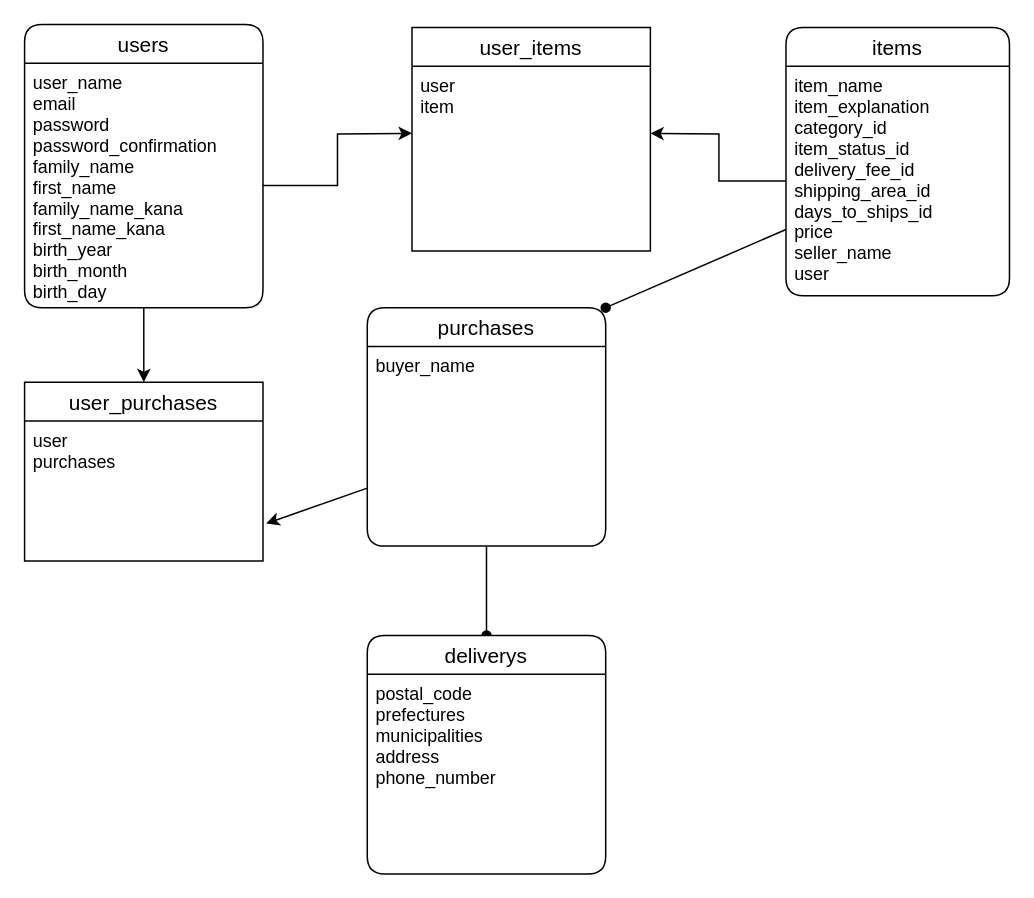
Earlier version of the draw.io diagram test.dio (yamamuro1138/furima-29632). Source tidied: cells renumbered, new cells numbered last; positions are measured from the earlier drawing's top-left corner, leaving out a move shared by most shapes. Both pictures are drawn from the tidied source at 149%, with x=0, y=0 at pixel (24, 24).
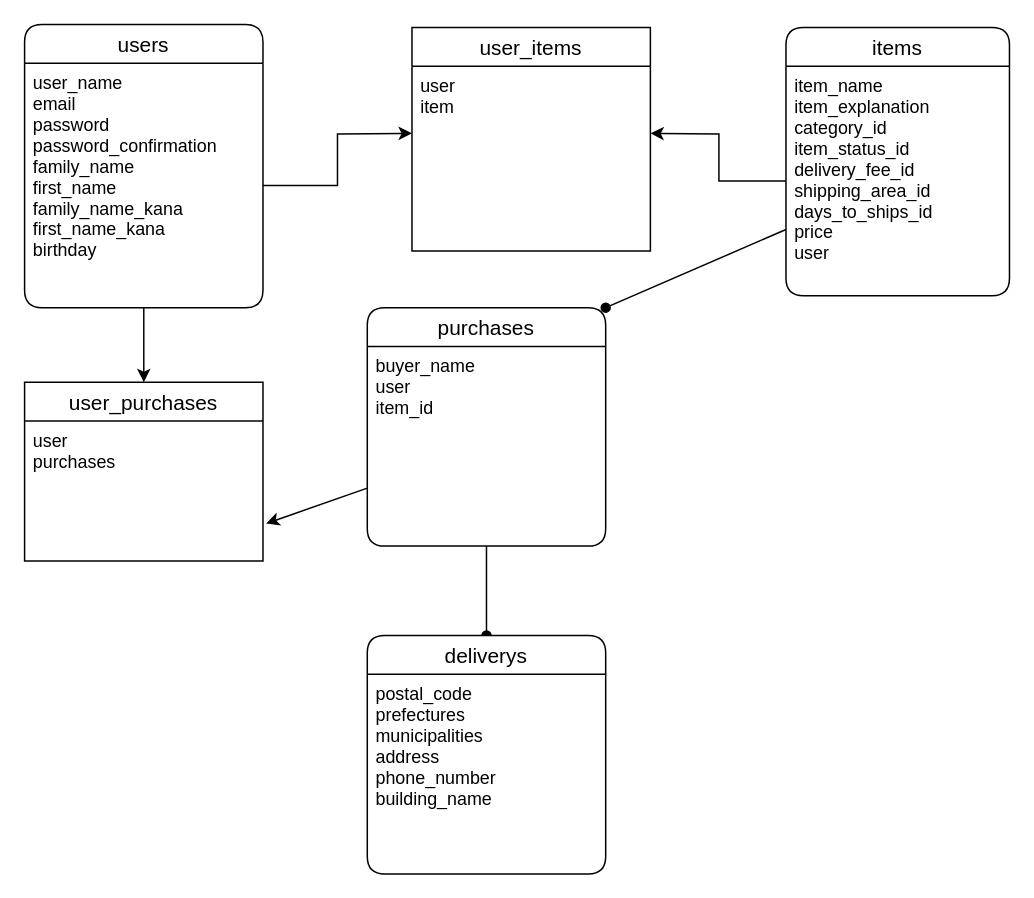
The same page after the edit.

The change refers to these unchanged cells:
```xml
<mxCell id="4" value="users" style="swimlane;fontStyle=0;horizontal=1;startSize=26;align=center;fontSize=14;rounded=1;" parent="1" vertex="1">
  <mxGeometry width="160" height="190" as="geometry" />
</mxCell>
<mxCell id="6" value="items" style="swimlane;fontStyle=0;horizontal=1;startSize=26;align=center;fontSize=14;rounded=1;" parent="1" vertex="1">
  <mxGeometry x="511" y="2" width="150" height="180" as="geometry" />
</mxCell>
<mxCell id="9" value="purchases" style="swimlane;fontStyle=0;horizontal=1;startSize=26;align=center;fontSize=14;rounded=1;" parent="1" vertex="1">
  <mxGeometry x="230" y="190" width="160" height="160" as="geometry" />
</mxCell>
<mxCell id="11" value="deliverys" style="swimlane;fontStyle=0;horizontal=1;startSize=26;align=center;fontSize=14;rounded=1;" parent="1" vertex="1">
  <mxGeometry x="230" y="410" width="160" height="160" as="geometry" />
</mxCell>
```

Change to the diagram source:
```diff
@@
-    <mxCell id="5" value="user_name&#10;email&#10;password&#10;password_confirmation&#10;family_name&#10;first_name&#10;family_name_kana&#10;first_name_kana&#10;birth_year&#10;birth_month&#10;birth_day" style="text;strokeColor=none;fillColor=none;spacingLeft=4;spacingRight=4;overflow=hidden;points=[[0,0.5],[1,0.5]];portConstraint=eastwest;fontSize=12;rounded=1;" parent="4" vertex="1">
+    <mxCell id="5" value="user_name&#10;email&#10;password&#10;password_confirmation&#10;family_name&#10;first_name&#10;family_name_kana&#10;first_name_kana&#10;birthday&#10;" style="text;strokeColor=none;fillColor=none;spacingLeft=4;spacingRight=4;overflow=hidden;points=[[0,0.5],[1,0.5]];portConstraint=eastwest;fontSize=12;rounded=1;" parent="4" vertex="1">
       <mxGeometry y="26" width="160" height="164" as="geometry" />
     </mxCell>
@@
-    <mxCell id="7" value="item_name&#10;item_explanation&#10;category_id&#10;item_status_id&#10;delivery_fee_id&#10;shipping_area_id&#10;days_to_ships_id&#10;price&#10;seller_name&#10;user" style="text;strokeColor=none;fillColor=none;spacingLeft=4;spacingRight=4;overflow=hidden;points=[[0,0.5],[1,0.5]];portConstraint=eastwest;fontSize=12;rounded=1;" parent="6" vertex="1">
+    <mxCell id="7" value="item_name&#10;item_explanation&#10;category_id&#10;item_status_id&#10;delivery_fee_id&#10;shipping_area_id&#10;days_to_ships_id&#10;price&#10;user&#10;" style="text;strokeColor=none;fillColor=none;spacingLeft=4;spacingRight=4;overflow=hidden;points=[[0,0.5],[1,0.5]];portConstraint=eastwest;fontSize=12;rounded=1;" parent="6" vertex="1">
       <mxGeometry y="26" width="150" height="154" as="geometry" />
     </mxCell>
@@
-    <mxCell id="10" value="buyer_name" style="text;strokeColor=none;fillColor=none;spacingLeft=4;spacingRight=4;overflow=hidden;points=[[0,0.5],[1,0.5]];portConstraint=eastwest;fontSize=12;rounded=1;" parent="9" vertex="1">
+    <mxCell id="10" value="buyer_name&#10;user&#10;item_id" style="text;strokeColor=none;fillColor=none;spacingLeft=4;spacingRight=4;overflow=hidden;points=[[0,0.5],[1,0.5]];portConstraint=eastwest;fontSize=12;rounded=1;" parent="9" vertex="1">
       <mxGeometry y="26" width="160" height="134" as="geometry" />
     </mxCell>
@@
-    <mxCell id="12" value="postal_code&#10;prefectures&#10;municipalities&#10;address&#10;phone_number&#10;" style="text;strokeColor=none;fillColor=none;spacingLeft=4;spacingRight=4;overflow=hidden;fontSize=12;rounded=1;" parent="11" vertex="1">
+    <mxCell id="12" value="postal_code&#10;prefectures&#10;municipalities&#10;address&#10;phone_number&#10;building_name" style="text;strokeColor=none;fillColor=none;spacingLeft=4;spacingRight=4;overflow=hidden;fontSize=12;rounded=1;" parent="11" vertex="1">
       <mxGeometry y="26" width="160" height="134" as="geometry" />
     </mxCell>
```
